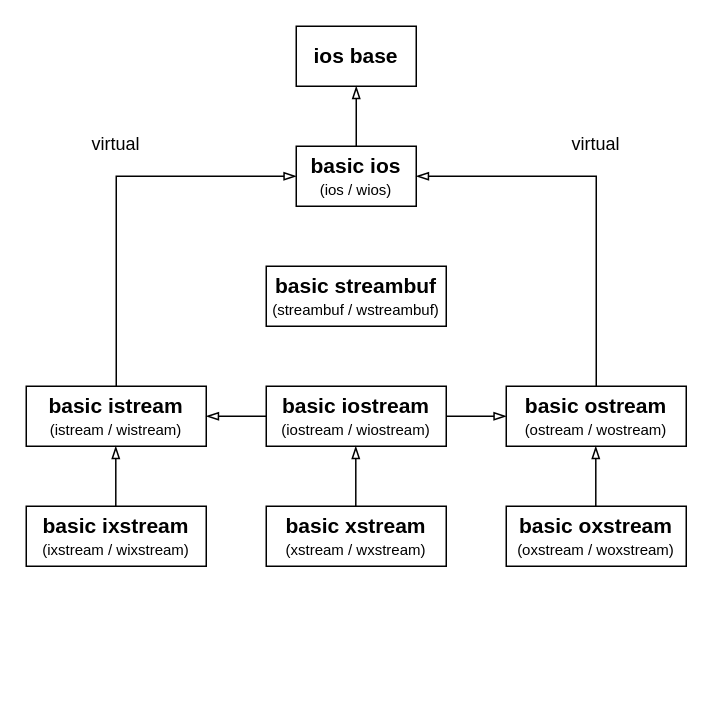
Above: projects/examples/source/13.01.01.drawio in i-s-m-mipt/Education (draw.io), before the change. Source tidied: cells renumbered, new cells numbered last; positions are measured from the earlier drawing's top-left corner, leaving out a move shared by most shapes. Both pictures are drawn from the tidied source at 150%, with x=0, y=0 at pixel (26, 26).
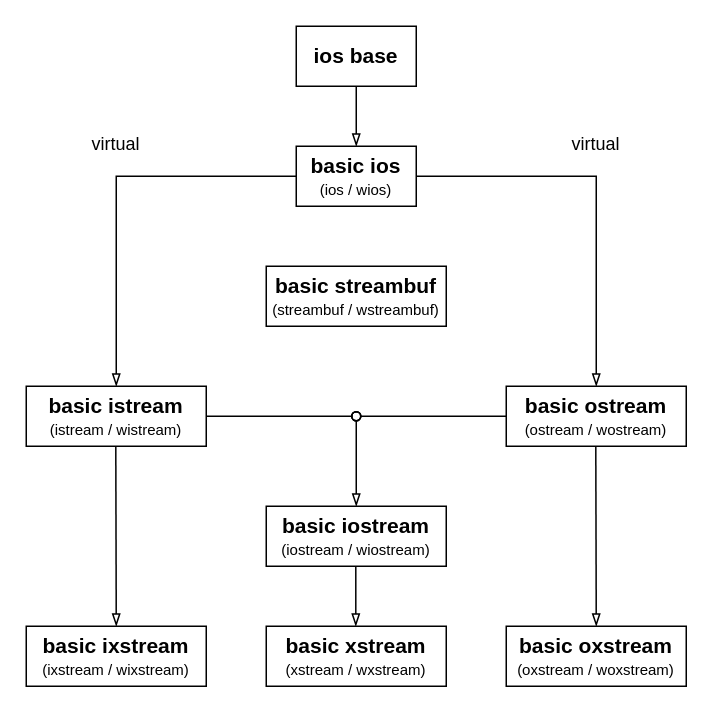
The same diagram, later.

The change refers to these unchanged cells:
```xml
<mxCell id="2" value="&lt;b&gt;&lt;font style=&quot;font-size: 14px;&quot;&gt;ios base&lt;/font&gt;&lt;/b&gt;" style="rounded=0;whiteSpace=wrap;html=1;fontFamily=Helvetica;" parent="1" vertex="1">
  <mxGeometry x="180" width="80" height="40" as="geometry" />
</mxCell>
<mxCell id="3" value="&lt;b&gt;&lt;font style=&quot;font-size: 14px;&quot;&gt;basic ios&lt;/font&gt;&lt;/b&gt;&lt;div&gt;&lt;span style=&quot;font-size: 10px;&quot;&gt;&lt;font style=&quot;&quot;&gt;(ios / wios)&lt;/font&gt;&lt;/span&gt;&lt;/div&gt;" style="rounded=0;whiteSpace=wrap;html=1;fontFamily=Helvetica;" parent="1" vertex="1">
  <mxGeometry x="180" y="80" width="80" height="40" as="geometry" />
</mxCell>
<mxCell id="4" value="&lt;b&gt;&lt;font style=&quot;font-size: 14px;&quot;&gt;basic istream&lt;/font&gt;&lt;/b&gt;&lt;div&gt;&lt;span style=&quot;font-size: 10px; background-color: initial;&quot;&gt;(istream / wistream)&lt;/span&gt;&lt;/div&gt;" style="rounded=0;whiteSpace=wrap;html=1;fontFamily=Helvetica;" parent="1" vertex="1">
  <mxGeometry y="240" width="120" height="40" as="geometry" />
</mxCell>
<mxCell id="5" value="&lt;b&gt;&lt;font style=&quot;font-size: 14px;&quot;&gt;basic ostream&lt;/font&gt;&lt;/b&gt;&lt;div&gt;&lt;span style=&quot;background-color: initial; font-size: 10px;&quot;&gt;&lt;font&gt;(ostream / wo&lt;/font&gt;&lt;/span&gt;&lt;span style=&quot;background-color: initial; font-size: 10px;&quot;&gt;stream)&lt;/span&gt;&lt;/div&gt;" style="rounded=0;whiteSpace=wrap;html=1;fontFamily=Helvetica;" parent="1" vertex="1">
  <mxGeometry x="320" y="240" width="120" height="40" as="geometry" />
</mxCell>
```

What changed in the source:
```diff
@@
     <mxCell id="6" value="&lt;b&gt;&lt;font style=&quot;font-size: 14px;&quot;&gt;basic iostream&lt;/font&gt;&lt;/b&gt;&lt;div&gt;&lt;span style=&quot;background-color: initial; font-size: 10px;&quot;&gt;&lt;font&gt;(iostream / wio&lt;/font&gt;&lt;/span&gt;&lt;span style=&quot;background-color: initial; font-size: 10px;&quot;&gt;stream)&lt;/span&gt;&lt;/div&gt;" style="rounded=0;whiteSpace=wrap;html=1;fontFamily=Helvetica;" parent="1" vertex="1">
-      <mxGeometry x="160" y="240" width="120" height="40" as="geometry" />
+      <mxGeometry x="160" y="320" width="120" height="40" as="geometry" />
     </mxCell>
-    <mxCell id="7" style="endArrow=blockThin;html=1;rounded=0;exitX=0.5;exitY=0;exitDx=0;exitDy=0;entryX=0;entryY=0.5;entryDx=0;entryDy=0;endFill=0;fontFamily=Helvetica;" parent="1" edge="1" source="4" target="3">
+    <mxCell id="7" style="endArrow=none;html=1;rounded=0;exitX=0.5;exitY=0;exitDx=0;exitDy=0;entryX=0;entryY=0.5;entryDx=0;entryDy=0;endFill=0;fontFamily=Helvetica;startFill=0;startArrow=blockThin;" parent="1" edge="1" source="4" target="3">
       <mxGeometry relative="1" as="geometry">
         <Array as="points">
           <mxPoint x="60" y="100" />
         </Array>
       </mxGeometry>
     </mxCell>
-    <mxCell id="8" style="endArrow=blockThin;html=1;rounded=0;entryX=1;entryY=0.5;entryDx=0;entryDy=0;endFill=0;exitX=0.5;exitY=0;exitDx=0;exitDy=0;fontFamily=Helvetica;" parent="1" edge="1" source="5" target="3">
+    <mxCell id="8" style="endArrow=none;html=1;rounded=0;entryX=1;entryY=0.5;entryDx=0;entryDy=0;endFill=0;exitX=0.5;exitY=0;exitDx=0;exitDy=0;fontFamily=Helvetica;startFill=0;startArrow=blockThin;" parent="1" edge="1" source="5" target="3">
       <mxGeometry relative="1" as="geometry">
         <Array as="points">
           <mxPoint x="380" y="100" />
         </Array>
       </mxGeometry>
     </mxCell>
-    <mxCell id="9" style="endArrow=blockThin;html=1;rounded=0;exitX=0.5;exitY=0;exitDx=0;exitDy=0;entryX=0.5;entryY=1;entryDx=0;entryDy=0;endFill=0;fontFamily=Helvetica;" parent="1" edge="1" source="3" target="2">
+    <mxCell id="9" style="endArrow=none;html=1;rounded=0;exitX=0.5;exitY=0;exitDx=0;exitDy=0;entryX=0.5;entryY=1;entryDx=0;entryDy=0;endFill=0;fontFamily=Helvetica;startFill=0;startArrow=blockThin;" parent="1" edge="1" source="3" target="2">
       <mxGeometry relative="1" as="geometry" />
     </mxCell>
@@
     <mxCell id="11" value="&lt;b&gt;&lt;font style=&quot;font-size: 14px;&quot;&gt;basic oxstream&lt;/font&gt;&lt;/b&gt;&lt;div&gt;&lt;span style=&quot;background-color: initial; font-size: 10px;&quot;&gt;&lt;font&gt;(oxstream / wox&lt;/font&gt;&lt;/span&gt;&lt;span style=&quot;background-color: initial; font-size: 10px;&quot;&gt;stream)&lt;/span&gt;&lt;/div&gt;" style="rounded=0;whiteSpace=wrap;html=1;fontFamily=Helvetica;" parent="1" vertex="1">
-      <mxGeometry x="320" y="320" width="120" height="40" as="geometry" />
+      <mxGeometry x="320" y="400" width="120" height="40" as="geometry" />
     </mxCell>
     <mxCell id="12" value="&lt;b&gt;&lt;font style=&quot;font-size: 14px;&quot;&gt;basic ixstream&lt;/font&gt;&lt;/b&gt;&lt;div&gt;&lt;span style=&quot;font-size: 10px; background-color: initial;&quot;&gt;(ixstream / wixstream)&lt;/span&gt;&lt;/div&gt;" style="rounded=0;whiteSpace=wrap;html=1;fontFamily=Helvetica;" parent="1" vertex="1">
-      <mxGeometry y="320" width="120" height="40" as="geometry" />
+      <mxGeometry y="400" width="120" height="40" as="geometry" />
     </mxCell>
     <mxCell id="13" value="&lt;b&gt;&lt;font style=&quot;font-size: 14px;&quot;&gt;basic xstream&lt;/font&gt;&lt;/b&gt;&lt;div&gt;&lt;span style=&quot;background-color: initial; font-size: 10px;&quot;&gt;&lt;font&gt;(xstream / wx&lt;/font&gt;&lt;/span&gt;&lt;span style=&quot;background-color: initial; font-size: 10px;&quot;&gt;stream)&lt;/span&gt;&lt;/div&gt;" style="rounded=0;whiteSpace=wrap;html=1;fontFamily=Helvetica;" parent="1" vertex="1">
-      <mxGeometry x="160" y="320" width="120" height="40" as="geometry" />
+      <mxGeometry x="160" y="400" width="120" height="40" as="geometry" />
     </mxCell>
-    <mxCell id="14" style="endArrow=blockThin;html=1;rounded=0;exitX=0.5;exitY=0;exitDx=0;exitDy=0;entryX=0.5;entryY=1;entryDx=0;entryDy=0;endFill=0;fontFamily=Helvetica;" parent="1" edge="1">
+    <mxCell id="14" style="endArrow=none;html=1;rounded=0;exitX=0.5;exitY=0;exitDx=0;exitDy=0;entryX=0.5;entryY=1;entryDx=0;entryDy=0;endFill=0;fontFamily=Helvetica;startFill=0;startArrow=blockThin;" parent="1" edge="1" source="12">
       <mxGeometry relative="1" as="geometry">
-        <mxPoint x="59.7" y="320" as="sourcePoint" />
         <mxPoint x="59.7" y="280" as="targetPoint" />
       </mxGeometry>
     </mxCell>
-    <mxCell id="15" style="endArrow=blockThin;html=1;rounded=0;exitX=0.5;exitY=0;exitDx=0;exitDy=0;entryX=0.5;entryY=1;entryDx=0;entryDy=0;endFill=0;fontFamily=Helvetica;" parent="1" edge="1">
+    <mxCell id="15" style="endArrow=none;html=1;rounded=0;exitX=0.5;exitY=0;exitDx=0;exitDy=0;entryX=0.5;entryY=1;entryDx=0;entryDy=0;endFill=0;fontFamily=Helvetica;startFill=0;startArrow=blockThin;" parent="1" edge="1">
       <mxGeometry relative="1" as="geometry">
-        <mxPoint x="219.7" y="320" as="sourcePoint" />
-        <mxPoint x="219.7" y="280" as="targetPoint" />
+        <mxPoint x="219.7" y="400" as="sourcePoint" />
+        <mxPoint x="219.7" y="360" as="targetPoint" />
       </mxGeometry>
     </mxCell>
-    <mxCell id="16" style="endArrow=blockThin;html=1;rounded=0;exitX=0.5;exitY=0;exitDx=0;exitDy=0;entryX=0.5;entryY=1;entryDx=0;entryDy=0;endFill=0;fontFamily=Helvetica;" parent="1" edge="1">
+    <mxCell id="16" style="endArrow=none;html=1;rounded=0;exitX=0.5;exitY=0;exitDx=0;exitDy=0;entryX=0.5;entryY=1;entryDx=0;entryDy=0;endFill=0;fontFamily=Helvetica;startFill=0;startArrow=blockThin;" parent="1" edge="1" source="11">
       <mxGeometry relative="1" as="geometry">
-        <mxPoint x="379.7" y="320" as="sourcePoint" />
         <mxPoint x="379.7" y="280" as="targetPoint" />
       </mxGeometry>
     </mxCell>
-    <mxCell id="17" style="endArrow=blockThin;html=1;rounded=0;exitX=1;exitY=0.5;exitDx=0;exitDy=0;entryX=0;entryY=0.5;entryDx=0;entryDy=0;endFill=0;fontFamily=Helvetica;" parent="1" edge="1" source="6" target="5">
-      <mxGeometry relative="1" as="geometry" />
-    </mxCell>
-    <mxCell id="18" style="endArrow=blockThin;html=1;rounded=0;exitX=0;exitY=0.5;exitDx=0;exitDy=0;entryX=1;entryY=0.5;entryDx=0;entryDy=0;endFill=0;fontFamily=Helvetica;" parent="1" edge="1" source="6" target="4">
-      <mxGeometry relative="1" as="geometry" />
-    </mxCell>
@@
+    <mxCell id="21" style="endArrow=oval;html=1;rounded=0;exitX=1;exitY=0.5;exitDx=0;exitDy=0;endFill=0;" parent="1" edge="1" source="4">
+      <mxGeometry relative="1" as="geometry">
+        <mxPoint x="220" y="260" as="targetPoint" />
+      </mxGeometry>
+    </mxCell>
+    <mxCell id="22" style="endArrow=none;html=1;rounded=0;entryX=0;entryY=0.5;entryDx=0;entryDy=0;startArrow=oval;startFill=0;" parent="1" edge="1" target="5">
+      <mxGeometry relative="1" as="geometry">
+        <mxPoint x="220" y="260" as="sourcePoint" />
+      </mxGeometry>
+    </mxCell>
+    <mxCell id="23" style="endArrow=oval;html=1;rounded=0;endFill=0;exitX=0.5;exitY=0;exitDx=0;exitDy=0;startArrow=blockThin;startFill=0;" parent="1" edge="1" source="6">
+      <mxGeometry relative="1" as="geometry">
+        <mxPoint x="220" y="260" as="targetPoint" />
+      </mxGeometry>
+    </mxCell>
```
